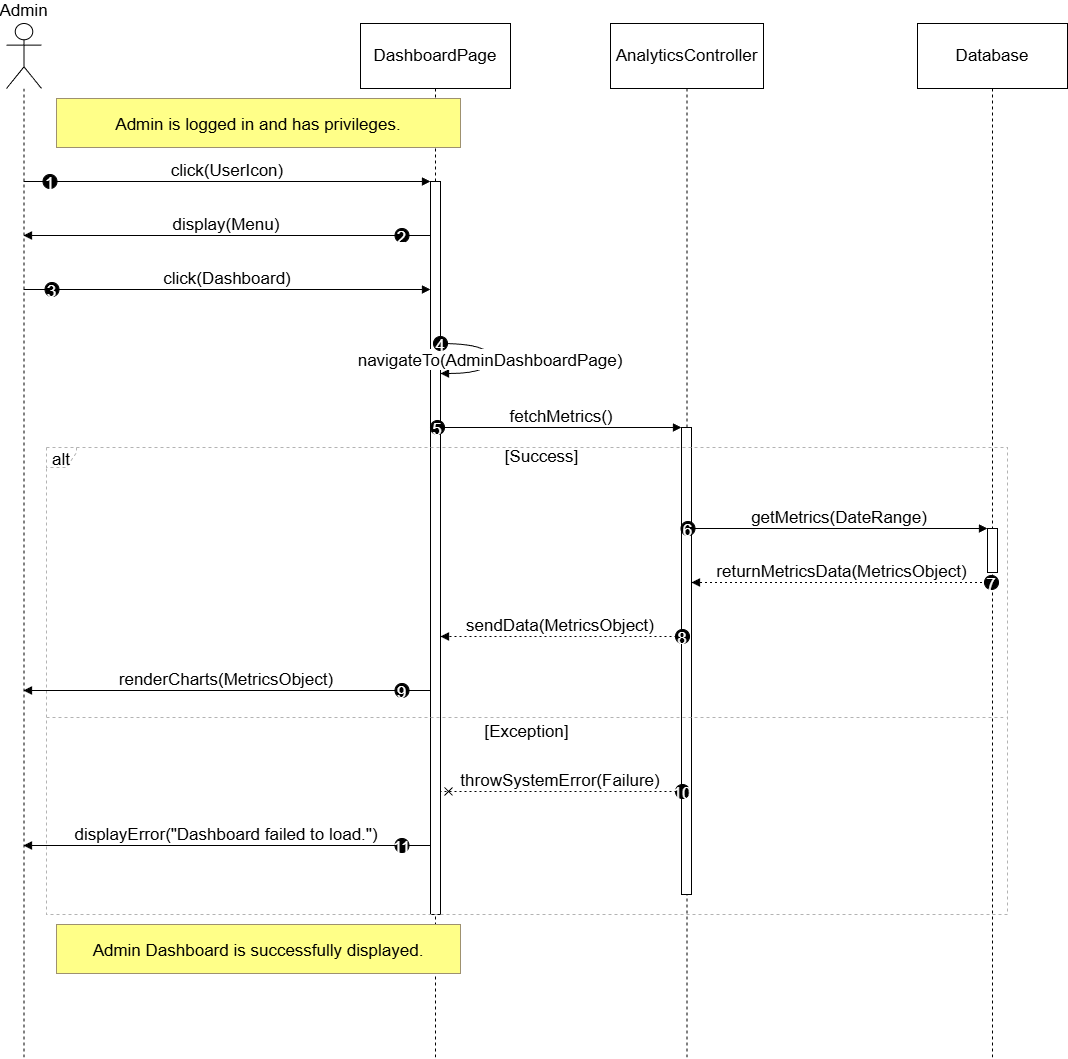
The draw.io diagram Sequence_Diagram/UC_16_ViewDashboard.drawio.png in auphong2707/PTTKHT-Final-Report, before a commit. Source tidied: cells renumbered, new cells last; positions are measured from the earlier drawing's top-left corner, leaving out a move shared by most shapes.
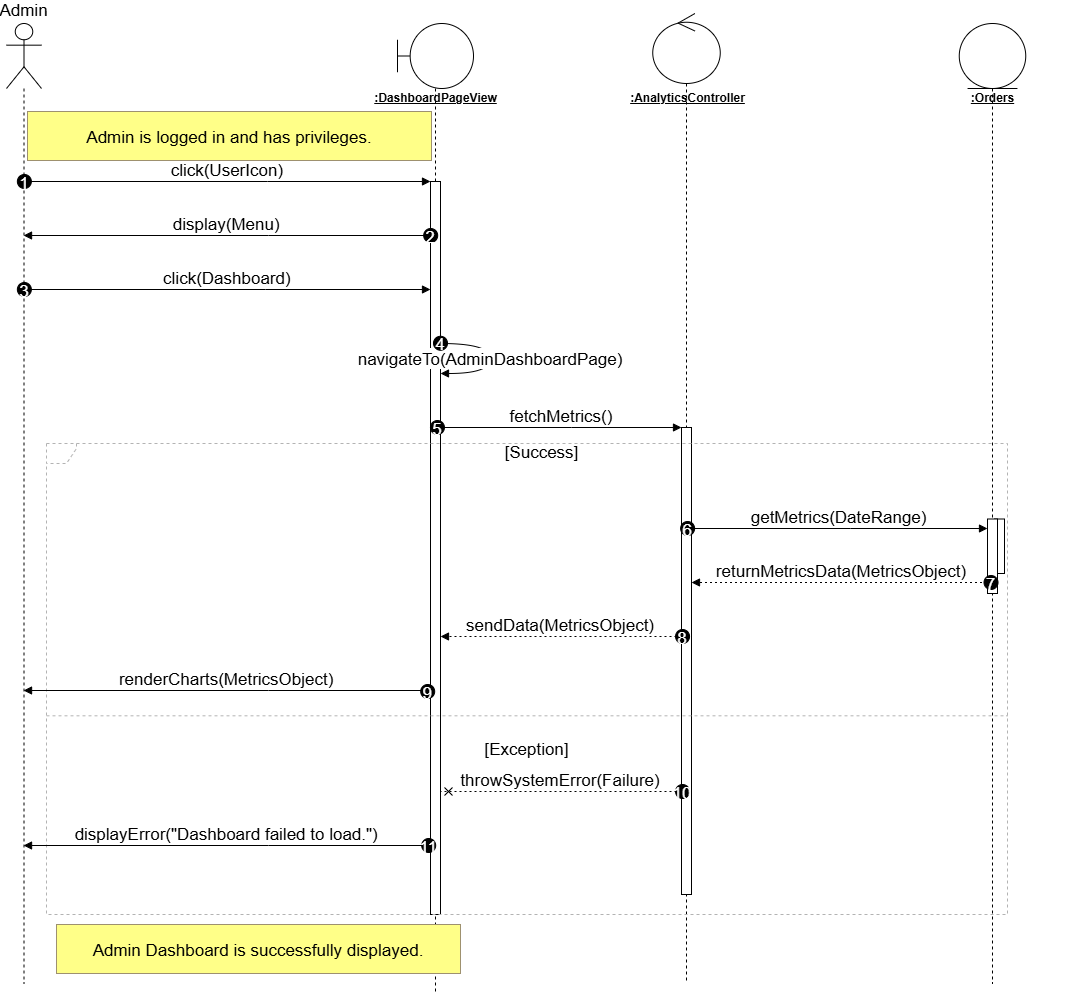
Above is the later version.

What changed in the source:
```diff
@@ -2,35 +2,47 @@
   <root>
     <mxCell id="0" />
     <mxCell id="1" parent="0" />
+    <mxCell id="36" style="perimeter=orthogonalPerimeter;targetShapes=umlLifeline;newEdgeStyle={&quot;edgeStyle&quot;:&quot;elbowEdgeStyle&quot;,&quot;elbow&quot;:&quot;vertical&quot;,&quot;curved&quot;:0,&quot;rounded&quot;:0};fontSize=17;" parent="1" vertex="1">
+      <mxGeometry x="988" y="495.5" width="10" height="54.5" as="geometry" />
+    </mxCell>
+    <mxCell id="3" style="shape=umlLifeline;perimeter=lifelinePerimeter;whiteSpace=wrap;newEdgeStyle={&quot;edgeStyle&quot;:&quot;elbowEdgeStyle&quot;,&quot;elbow&quot;:&quot;vertical&quot;,&quot;curved&quot;:0,&quot;rounded&quot;:0};participant=umlBoundary;size=65;fontSize=17;" parent="1" vertex="1">
+      <mxGeometry x="391" width="76" height="970" as="geometry" />
+    </mxCell>
+    <mxCell id="5" style="shape=umlLifeline;perimeter=lifelinePerimeter;whiteSpace=wrap;newEdgeStyle={&quot;edgeStyle&quot;:&quot;elbowEdgeStyle&quot;,&quot;elbow&quot;:&quot;vertical&quot;,&quot;curved&quot;:0,&quot;rounded&quot;:0};participant=umlControl;size=70;fontSize=17;" parent="1" vertex="1">
+      <mxGeometry x="646.2" y="-10" width="67.5" height="970" as="geometry" />
+    </mxCell>
+    <mxCell id="7" style="shape=umlLifeline;perimeter=lifelinePerimeter;whiteSpace=wrap;outlineConnect=0;portConstraint=eastwest;newEdgeStyle={&quot;edgeStyle&quot;:&quot;elbowEdgeStyle&quot;,&quot;elbow&quot;:&quot;vertical&quot;,&quot;curved&quot;:0,&quot;rounded&quot;:0};participant=umlEntity;size=65;fontSize=17;" parent="1" vertex="1">
+      <mxGeometry x="952.8" width="66.5" height="960" as="geometry" />
+    </mxCell>
+    <mxCell id="4" style="points=[];perimeter=orthogonalPerimeter;outlineConnect=0;targetShapes=umlLifeline;portConstraint=eastwest;newEdgeStyle={&quot;edgeStyle&quot;:&quot;elbowEdgeStyle&quot;,&quot;elbow&quot;:&quot;vertical&quot;,&quot;curved&quot;:0,&quot;rounded&quot;:0};fontSize=17;" parent="1" vertex="1">
+      <mxGeometry x="424" y="158" width="10" height="733" as="geometry" />
+    </mxCell>
+    <mxCell id="6" style="points=[];perimeter=orthogonalPerimeter;outlineConnect=0;targetShapes=umlLifeline;portConstraint=eastwest;newEdgeStyle={&quot;edgeStyle&quot;:&quot;elbowEdgeStyle&quot;,&quot;elbow&quot;:&quot;vertical&quot;,&quot;curved&quot;:0,&quot;rounded&quot;:0};fontSize=17;" parent="1" vertex="1">
+      <mxGeometry x="675" y="404" width="10" height="467" as="geometry" />
+    </mxCell>
+    <mxCell id="8" style="points=[];perimeter=orthogonalPerimeter;outlineConnect=0;targetShapes=umlLifeline;portConstraint=eastwest;newEdgeStyle={&quot;edgeStyle&quot;:&quot;elbowEdgeStyle&quot;,&quot;elbow&quot;:&quot;vertical&quot;,&quot;curved&quot;:0,&quot;rounded&quot;:0};fontSize=17;" parent="1" vertex="1">
+      <mxGeometry x="981" y="495.5" width="10" height="74.5" as="geometry" />
+    </mxCell>
     <mxCell id="2" value="Admin" style="shape=umlLifeline;perimeter=lifelinePerimeter;whiteSpace=wrap;outlineConnect=0;portConstraint=eastwest;newEdgeStyle={&quot;edgeStyle&quot;:&quot;elbowEdgeStyle&quot;,&quot;elbow&quot;:&quot;vertical&quot;,&quot;curved&quot;:0,&quot;rounded&quot;:0};participant=umlActor;verticalAlign=bottom;labelPosition=center;verticalLabelPosition=top;align=center;size=65;fontSize=17;" parent="1" vertex="1">
-      <mxGeometry width="35" height="1035" as="geometry" />
+      <mxGeometry width="35" height="960" as="geometry" />
     </mxCell>
-    <mxCell id="3" value="DashboardPage" style="shape=umlLifeline;perimeter=lifelinePerimeter;whiteSpace=wrap;newEdgeStyle={&quot;edgeStyle&quot;:&quot;elbowEdgeStyle&quot;,&quot;elbow&quot;:&quot;vertical&quot;,&quot;curved&quot;:0,&quot;rounded&quot;:0};size=65;fontSize=17;" parent="1" vertex="1">
-      <mxGeometry x="354" width="150" height="1035" as="geometry" />
-    </mxCell>
-    <mxCell id="4" style="points=[];perimeter=orthogonalPerimeter;outlineConnect=0;targetShapes=umlLifeline;portConstraint=eastwest;newEdgeStyle={&quot;edgeStyle&quot;:&quot;elbowEdgeStyle&quot;,&quot;elbow&quot;:&quot;vertical&quot;,&quot;curved&quot;:0,&quot;rounded&quot;:0};fontSize=17;" parent="3" vertex="1">
-      <mxGeometry x="70" y="158" width="10" height="733" as="geometry" />
-    </mxCell>
-    <mxCell id="5" value="AnalyticsController" style="shape=umlLifeline;perimeter=lifelinePerimeter;whiteSpace=wrap;newEdgeStyle={&quot;edgeStyle&quot;:&quot;elbowEdgeStyle&quot;,&quot;elbow&quot;:&quot;vertical&quot;,&quot;curved&quot;:0,&quot;rounded&quot;:0};size=65;fontSize=17;" parent="1" vertex="1">
-      <mxGeometry x="604" width="153" height="1035" as="geometry" />
-    </mxCell>
-    <mxCell id="6" style="points=[];perimeter=orthogonalPerimeter;outlineConnect=0;targetShapes=umlLifeline;portConstraint=eastwest;newEdgeStyle={&quot;edgeStyle&quot;:&quot;elbowEdgeStyle&quot;,&quot;elbow&quot;:&quot;vertical&quot;,&quot;curved&quot;:0,&quot;rounded&quot;:0};fontSize=17;" parent="5" vertex="1">
-      <mxGeometry x="71" y="404" width="10" height="467" as="geometry" />
-    </mxCell>
-    <mxCell id="7" value="Database" style="shape=umlLifeline;perimeter=lifelinePerimeter;whiteSpace=wrap;outlineConnect=0;portConstraint=eastwest;newEdgeStyle={&quot;edgeStyle&quot;:&quot;elbowEdgeStyle&quot;,&quot;elbow&quot;:&quot;vertical&quot;,&quot;curved&quot;:0,&quot;rounded&quot;:0};size=65;fontSize=17;" parent="1" vertex="1">
-      <mxGeometry x="911" width="150" height="1035" as="geometry" />
-    </mxCell>
-    <mxCell id="8" style="points=[];perimeter=orthogonalPerimeter;outlineConnect=0;targetShapes=umlLifeline;portConstraint=eastwest;newEdgeStyle={&quot;edgeStyle&quot;:&quot;elbowEdgeStyle&quot;,&quot;elbow&quot;:&quot;vertical&quot;,&quot;curved&quot;:0,&quot;rounded&quot;:0};fontSize=17;" parent="7" vertex="1">
-      <mxGeometry x="70" y="505" width="10" height="44" as="geometry" />
-    </mxCell>
+    <mxCell id="37" value="&lt;u&gt;&lt;b&gt;:DashboardPageView&lt;/b&gt;&lt;/u&gt;" style="text;html=1;align=center;verticalAlign=middle;" parent="1" vertex="1">
+      <mxGeometry x="354" y="65" width="150" height="20" as="geometry" />
+    </mxCell>
+    <mxCell id="38" value="&lt;u&gt;&lt;b&gt;:AnalyticsController&lt;/b&gt;&lt;/u&gt;" style="text;html=1;align=center;verticalAlign=middle;" parent="1" vertex="1">
+      <mxGeometry x="604" y="65" width="153" height="20" as="geometry" />
+    </mxCell>
+    <mxCell id="39" value="&lt;u&gt;&lt;b&gt;:Orders&lt;/b&gt;&lt;/u&gt;" style="text;html=1;align=center;verticalAlign=middle;" parent="1" vertex="1">
+      <mxGeometry x="911" y="65" width="150" height="20" as="geometry" />
+    </mxCell>
-    <mxCell id="9" value="alt" style="shape=umlFrame;dashed=1;strokeColor=#B3B3B3;height=20;width=30;fontSize=17;" parent="1" vertex="1">
-      <mxGeometry x="40" y="424" width="961" height="467" as="geometry" />
+    <mxCell id="9" style="shape=umlFrame;dashed=1;strokeColor=#B3B3B3;height=20;width=30;fontSize=17;" parent="1" vertex="1">
+      <mxGeometry x="40" y="420" width="961" height="471" as="geometry" />
     </mxCell>
     <mxCell id="10" value="[Success]" style="text;strokeColor=none;fillColor=none;align=center;verticalAlign=middle;whiteSpace=wrap;fontSize=17;" parent="9" vertex="1">
-      <mxGeometry x="30" width="931" height="20" as="geometry" />
+      <mxGeometry x="30" width="931" height="20.2" as="geometry" />
     </mxCell>
-    <mxCell id="11" value="[Exception]" style="shape=line;dashed=1;whiteSpace=wrap;verticalAlign=top;labelPosition=center;verticalLabelPosition=middle;align=center;strokeColor=#B3B3B3;fontSize=17;" parent="9" vertex="1">
-      <mxGeometry y="268" width="961" height="4" as="geometry" />
+    <mxCell id="11" value="&#10;[Exception]" style="shape=line;dashed=1;whiteSpace=wrap;verticalAlign=top;labelPosition=center;verticalLabelPosition=middle;align=center;strokeColor=#B3B3B3;fontSize=17;" parent="9" vertex="1">
+      <mxGeometry y="270.3" width="961" height="4" as="geometry" />
     </mxCell>
     <mxCell id="12" value="click(UserIcon)" style="verticalAlign=bottom;edgeStyle=elbowEdgeStyle;elbow=vertical;curved=0;rounded=0;endArrow=block;fontSize=17;" parent="1" edge="1" source="2" target="4">
       <mxGeometry relative="1" as="geometry">
@@ -41,7 +53,7 @@
     </mxCell>
     <mxCell id="13" value="1" style="ellipse;fillColor=#000000;align=center;fontColor=#FFFFFF;fontSize=17;" parent="12" vertex="1">
       <mxGeometry width="14" height="14" relative="1" as="geometry">
-        <mxPoint x="-184.5" y="-7" as="offset" />
+        <mxPoint x="-210" y="-7" as="offset" />
       </mxGeometry>
     </mxCell>
     <mxCell id="14" value="display(Menu)" style="verticalAlign=bottom;edgeStyle=elbowEdgeStyle;elbow=vertical;curved=0;rounded=0;endArrow=block;fontSize=17;" parent="1" edge="1" source="4" target="2">
@@ -53,7 +65,7 @@
     </mxCell>
     <mxCell id="15" value="2" style="ellipse;fillColor=#000000;align=center;fontColor=#FFFFFF;fontSize=17;" parent="14" vertex="1">
       <mxGeometry width="14" height="14" relative="1" as="geometry">
-        <mxPoint x="168.5" y="-7" as="offset" />
+        <mxPoint x="197" y="-7" as="offset" />
       </mxGeometry>
     </mxCell>
     <mxCell id="16" value="click(Dashboard)" style="verticalAlign=bottom;edgeStyle=elbowEdgeStyle;elbow=vertical;curved=0;rounded=0;endArrow=block;fontSize=17;" parent="1" edge="1" source="2" target="4">
@@ -65,7 +77,7 @@
     </mxCell>
     <mxCell id="17" value="3" style="ellipse;fillColor=#000000;align=center;fontColor=#FFFFFF;fontSize=17;" parent="16" vertex="1">
       <mxGeometry width="14" height="14" relative="1" as="geometry">
-        <mxPoint x="-182.5" y="-7" as="offset" />
+        <mxPoint x="-210" y="-7" as="offset" />
       </mxGeometry>
     </mxCell>
     <mxCell id="18" value="navigateTo(AdminDashboardPage)" style="curved=1;endArrow=block;rounded=0;fontSize=17;" parent="1" edge="1" source="4" target="4">
@@ -138,7 +150,7 @@
     </mxCell>
     <mxCell id="29" value="9" style="ellipse;fillColor=#000000;align=center;fontColor=#FFFFFF;fontSize=17;" parent="28" vertex="1">
       <mxGeometry width="14" height="14" relative="1" as="geometry">
-        <mxPoint x="168.5" y="-7" as="offset" />
+        <mxPoint x="194" y="-6" as="offset" />
       </mxGeometry>
     </mxCell>
     <mxCell id="30" value="throwSystemError(Failure)" style="verticalAlign=bottom;edgeStyle=elbowEdgeStyle;elbow=vertical;curved=0;rounded=0;endArrow=cross;dashed=1;dashPattern=2 3;fontSize=17;" parent="1" edge="1" source="6" target="4">
@@ -162,11 +174,11 @@
     </mxCell>
     <mxCell id="33" value="11" style="ellipse;fillColor=#000000;align=center;fontColor=#FFFFFF;fontSize=17;" parent="32" vertex="1">
       <mxGeometry width="14" height="14" relative="1" as="geometry">
-        <mxPoint x="168.5" y="-7" as="offset" />
+        <mxPoint x="195" y="-7" as="offset" />
       </mxGeometry>
     </mxCell>
     <mxCell id="34" value="Admin is logged in and has privileges." style="fillColor=#ffff88;strokeColor=#9E916F;fontSize=17;" parent="1" vertex="1">
-      <mxGeometry x="50" y="75" width="404" height="49" as="geometry" />
+      <mxGeometry x="21" y="88" width="404" height="49" as="geometry" />
     </mxCell>
     <mxCell id="35" value="Admin Dashboard is successfully displayed." style="fillColor=#ffff88;strokeColor=#9E916F;fontSize=17;" parent="1" vertex="1">
       <mxGeometry x="50" y="901" width="404" height="49" as="geometry" />
```
